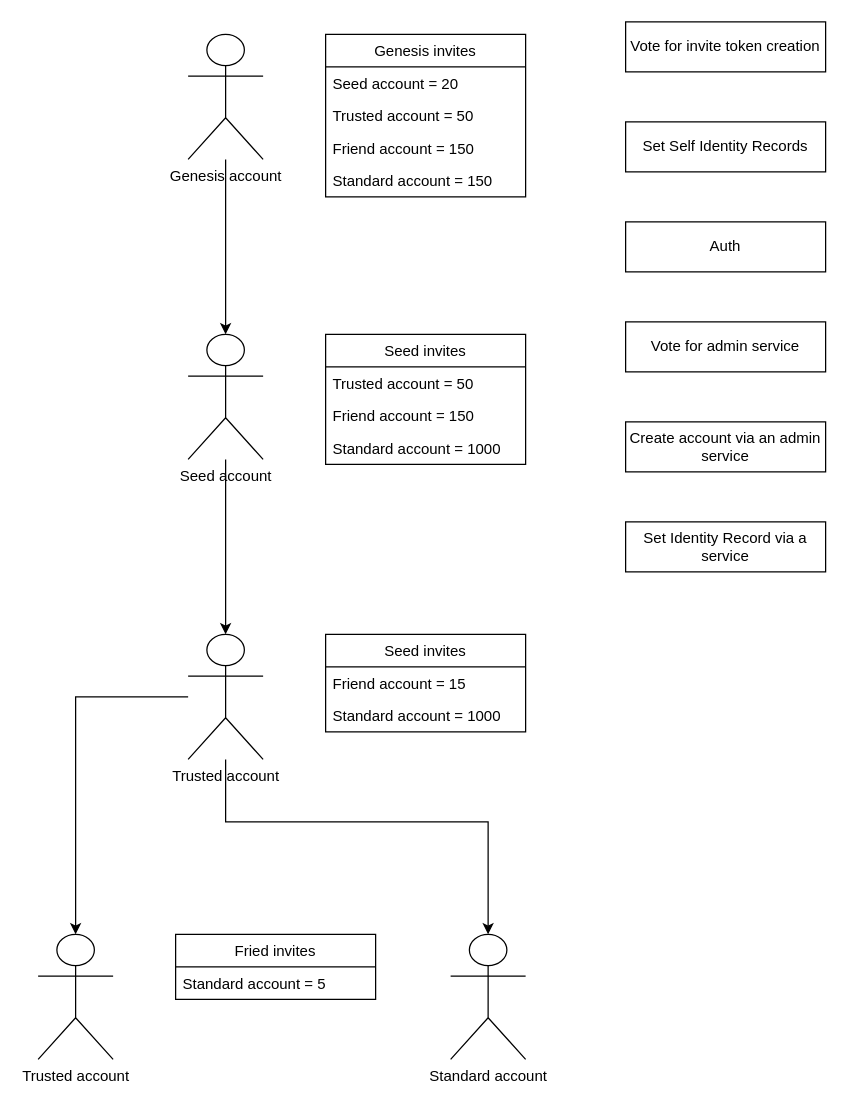
Above: page "KYC service workflow" (8 of 8) of architecture/crdesign.drawio in markvandal/ds.info (draw.io), before the change. Source tidied: cells renumbered, new cells numbered last; positions are measured from the earlier drawing's top-left corner, leaving out a move shared by most shapes. Both pictures are drawn from the tidied source at 125%, with x=0, y=0 at pixel (38, 21).
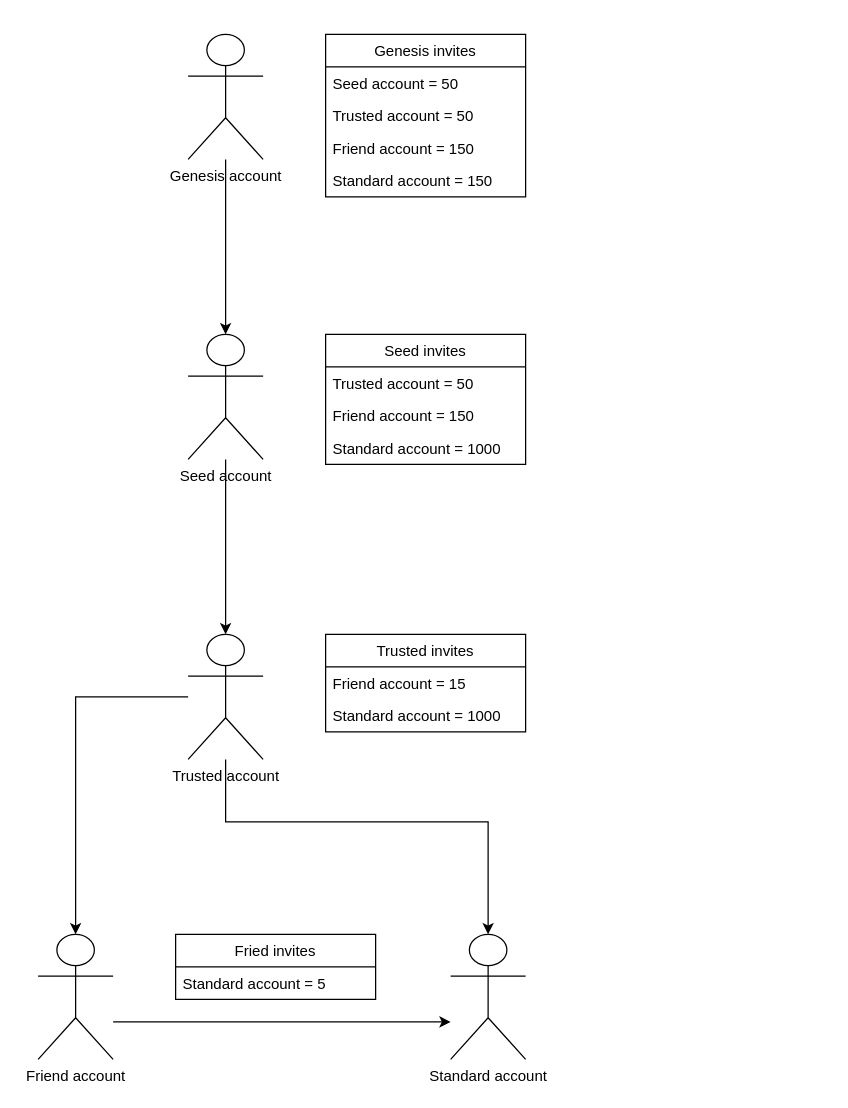
The same diagram, later.

Commit message:
Some fixes to invites diagram

Unchanged cells that the change refers to:
```xml
<mxCell id="6" value="Genesis invites" style="swimlane;fontStyle=0;horizontal=1;startSize=26;fillColor=none;" parent="1" vertex="1">
  <mxGeometry x="230" y="10" width="160" height="130" as="geometry" />
</mxCell>
<mxCell id="24" value="Standard account" style="shape=umlActor;verticalLabelPosition=bottom;verticalAlign=top;html=1;outlineConnect=0;" parent="1" vertex="1">
  <mxGeometry x="330" y="730" width="60" height="100" as="geometry" />
</mxCell>
```

Diff of the diagram source:
```diff
@@
-    <mxCell id="7" value="Seed account = 20" style="text;strokeColor=none;fillColor=none;align=left;verticalAlign=top;spacingLeft=4;spacingRight=4;overflow=hidden;" parent="6" vertex="1">
+    <mxCell id="7" value="Seed account = 50" style="text;strokeColor=none;fillColor=none;align=left;verticalAlign=top;spacingLeft=4;spacingRight=4;overflow=hidden;" parent="6" vertex="1">
       <mxGeometry y="26" width="160" height="26" as="geometry" />
     </mxCell>
@@
-    <mxCell id="18" value="Seed invites" style="swimlane;fontStyle=0;horizontal=1;startSize=26;fillColor=none;" parent="1" vertex="1">
+    <mxCell id="18" value="Trusted invites" style="swimlane;fontStyle=0;horizontal=1;startSize=26;fillColor=none;" parent="1" vertex="1">
       <mxGeometry x="230" y="490" width="160" height="78" as="geometry" />
     </mxCell>
@@
+    <mxCell id="31" style="edgeStyle=orthogonalEdgeStyle;rounded=0;jettySize=auto;html=1;" parent="1" edge="1" source="21" target="24">
+      <mxGeometry relative="1" as="geometry">
+        <Array as="points">
+          <mxPoint x="100" y="800" />
+          <mxPoint x="100" y="800" />
+        </Array>
+      </mxGeometry>
+    </mxCell>
-    <mxCell id="21" value="Trusted account" style="shape=umlActor;verticalLabelPosition=bottom;verticalAlign=top;html=1;outlineConnect=0;" parent="1" vertex="1">
+    <mxCell id="21" value="Friend account" style="shape=umlActor;verticalLabelPosition=bottom;verticalAlign=top;html=1;outlineConnect=0;" parent="1" vertex="1">
       <mxGeometry y="730" width="60" height="100" as="geometry" />
     </mxCell>
@@
-    <mxCell id="25" value="Vote for invite token creation" style="rounded=0;whiteSpace=wrap;html=1;" parent="1" vertex="1">
-      <mxGeometry x="470" width="160" height="40" as="geometry" />
-    </mxCell>
-    <mxCell id="26" value="Set Self Identity Records" style="rounded=0;whiteSpace=wrap;html=1;" parent="1" vertex="1">
-      <mxGeometry x="470" y="80" width="160" height="40" as="geometry" />
-    </mxCell>
-    <mxCell id="27" value="Auth" style="rounded=0;whiteSpace=wrap;html=1;" parent="1" vertex="1">
-      <mxGeometry x="470" y="160" width="160" height="40" as="geometry" />
-    </mxCell>
-    <mxCell id="28" value="Vote for admin service" style="rounded=0;whiteSpace=wrap;html=1;" parent="1" vertex="1">
-      <mxGeometry x="470" y="240" width="160" height="40" as="geometry" />
-    </mxCell>
-    <mxCell id="29" value="Create account via an admin service" style="rounded=0;whiteSpace=wrap;html=1;" parent="1" vertex="1">
-      <mxGeometry x="470" y="320" width="160" height="40" as="geometry" />
-    </mxCell>
-    <mxCell id="30" value="Set Identity Record via a service" style="rounded=0;whiteSpace=wrap;html=1;" parent="1" vertex="1">
-      <mxGeometry x="470" y="400" width="160" height="40" as="geometry" />
-    </mxCell>
```
